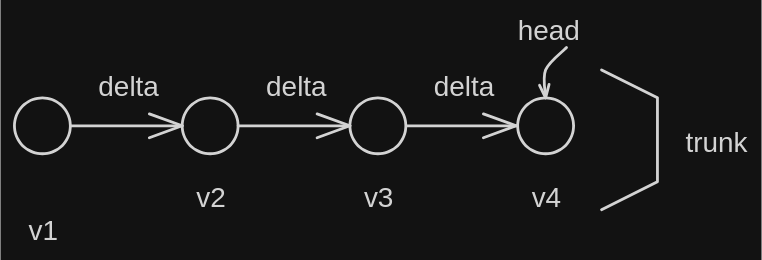
Earlier version of the Excalidraw export 4to Nivel/Ingeniería y Calidad de Software/attachments/Control de la Configuración 2024-04-28 00.12.11.excalidraw.svg (agustinbravop/utn-vault). Source tidied: one line per element, renumbered; positions are measured from the earlier drawing's top-left corner, leaving out a move shared by most shapes.
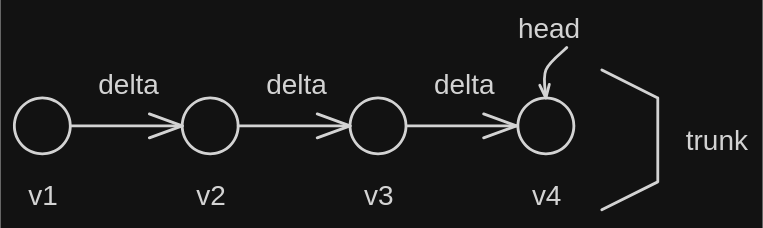
After the change.

Change to the diagram source:
```diff
@@ -5,14 +5,14 @@
 {"id": 4, "type": "ellipse", "strokeColor": "#1e1e1e", "strokeWidth": 2, "roughness": 0, "round": true, "x": 240, "y": 60, "width": 40, "height": 40}
 {"id": 5, "type": "arrow", "strokeColor": "#1e1e1e", "strokeWidth": 2, "roughness": 0, "endArrowhead": "arrow", "round": true, "from": 4, "to": 6, "x": 281, "y": 80, "width": 78, "height": 0, "points": [[0, 0], [78, 0]]}
 {"id": 6, "type": "ellipse", "strokeColor": "#1e1e1e", "strokeWidth": 2, "roughness": 0, "round": true, "x": 360, "y": 60, "width": 40, "height": 40}
-{"id": 7, "type": "text", "text": "\nv1", "strokeColor": "#1e1e1e", "strokeWidth": 2, "roughness": 0, "fontSize": 20, "fontFamily": 2, "textAlign": "center", "x": 10, "y": 120, "width": 21, "height": 46}
+{"id": 7, "type": "text", "text": "v1", "strokeColor": "#1e1e1e", "strokeWidth": 2, "roughness": 0, "fontSize": 20, "fontFamily": 2, "textAlign": "center", "x": 10, "y": 120, "width": 21, "height": 23}
-{"id": 8, "type": "text", "text": "v2", "strokeColor": "#1e1e1e", "strokeWidth": 2, "roughness": 0, "fontSize": 20, "fontFamily": 2, "textAlign": "center", "x": 130, "y": 120, "width": 21, "height": 23}
+{"id": 8, "type": "text", "text": "v2", "strokeColor": "#1e1e1e", "strokeWidth": 2, "roughness": 0, "fontSize": 20, "fontFamily": 2, "textAlign": "center", "x": 130, "y": 120, "width": 22, "height": 23}
-{"id": 9, "type": "text", "text": "v3", "strokeColor": "#1e1e1e", "strokeWidth": 2, "roughness": 0, "fontSize": 20, "fontFamily": 2, "textAlign": "center", "x": 250, "y": 120, "width": 21, "height": 23}
+{"id": 9, "type": "text", "text": "v3", "strokeColor": "#1e1e1e", "strokeWidth": 2, "roughness": 0, "fontSize": 20, "fontFamily": 2, "textAlign": "center", "x": 250, "y": 120, "width": 22, "height": 23}
-{"id": 10, "type": "text", "text": "v4", "strokeColor": "#1e1e1e", "strokeWidth": 2, "roughness": 0, "fontSize": 20, "fontFamily": 2, "textAlign": "center", "x": 370, "y": 120, "width": 21, "height": 23}
+{"id": 10, "type": "text", "text": "v4", "strokeColor": "#1e1e1e", "strokeWidth": 2, "roughness": 0, "fontSize": 20, "fontFamily": 2, "textAlign": "center", "x": 370, "y": 120, "width": 22, "height": 23}
 {"id": 11, "type": "text", "text": "delta", "strokeColor": "#1e1e1e", "strokeWidth": 2, "roughness": 0, "fontSize": 20, "fontFamily": 2, "textAlign": "center", "x": 60, "y": 40, "width": 43, "height": 23}
 {"id": 12, "type": "text", "text": "delta", "strokeColor": "#1e1e1e", "strokeWidth": 2, "roughness": 0, "fontSize": 20, "fontFamily": 2, "textAlign": "center", "x": 180, "y": 40, "width": 43, "height": 23}
 {"id": 13, "type": "text", "text": "delta", "strokeColor": "#1e1e1e", "strokeWidth": 2, "roughness": 0, "fontSize": 20, "fontFamily": 2, "textAlign": "center", "x": 300, "y": 40, "width": 43, "height": 23}
 {"id": 14, "type": "text", "text": "head", "strokeColor": "#1e1e1e", "strokeWidth": 2, "roughness": 0, "fontSize": 20, "fontFamily": 2, "textAlign": "center", "x": 360, "y": 0, "width": 44, "height": 23}
 {"id": 15, "type": "arrow", "strokeColor": "#1e1e1e", "strokeWidth": 2, "roughness": 0, "endArrowhead": "arrow", "round": true, "from": 14, "to": 6, "x": 395, "y": 24, "width": 15, "height": 36, "points": [[0, 0], [-15, 16], [-15, 36]]}
 {"id": 16, "type": "line", "strokeColor": "#1e1e1e", "strokeWidth": 2, "roughness": 0, "x": 420, "y": 40, "width": 40, "height": 100, "points": [[0, 0], [40, 20], [40, 80], [0, 100]]}
-{"id": 17, "type": "text", "text": "trunk", "strokeColor": "#1e1e1e", "strokeWidth": 2, "roughness": 0, "fontSize": 20, "fontFamily": 2, "textAlign": "center", "x": 480, "y": 80, "width": 44, "height": 23}
+{"id": 17, "type": "text", "text": "trunk", "strokeColor": "#1e1e1e", "strokeWidth": 2, "roughness": 0, "fontSize": 20, "fontFamily": 2, "textAlign": "center", "x": 480, "y": 80, "width": 45, "height": 23}
```
